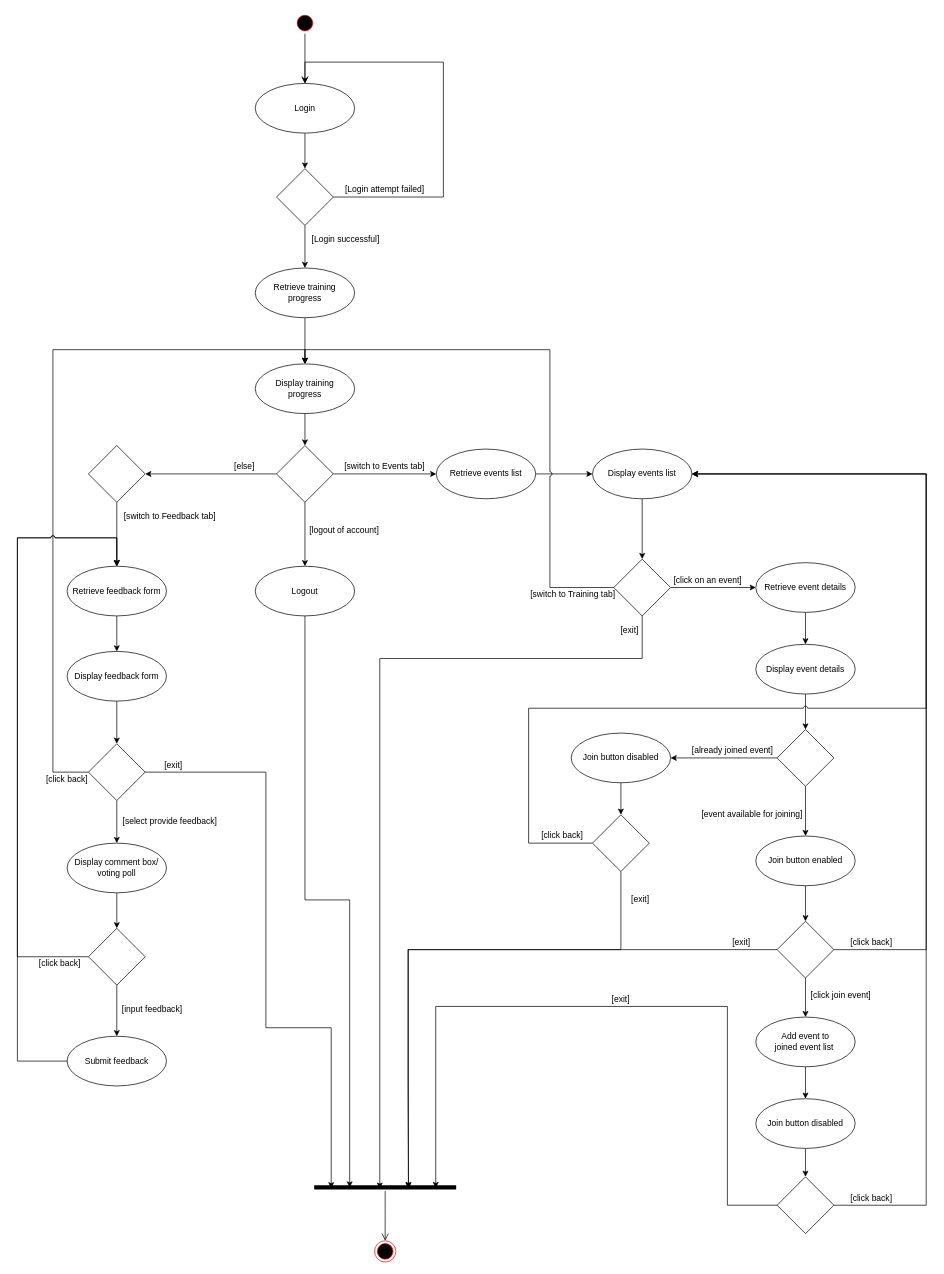
Earlier version of the draw.io diagram page "Activity Diagram - Committee Lead Module" (7 of 8) of DellEvent.drawio (frostyseb/ITDP). Source tidied: cells renumbered, new cells numbered last; positions are measured from the earlier drawing's top-left corner, leaving out a move shared by most shapes. Both pictures are drawn from the tidied source at 71%, with x=0, y=0 at pixel (17, 12).
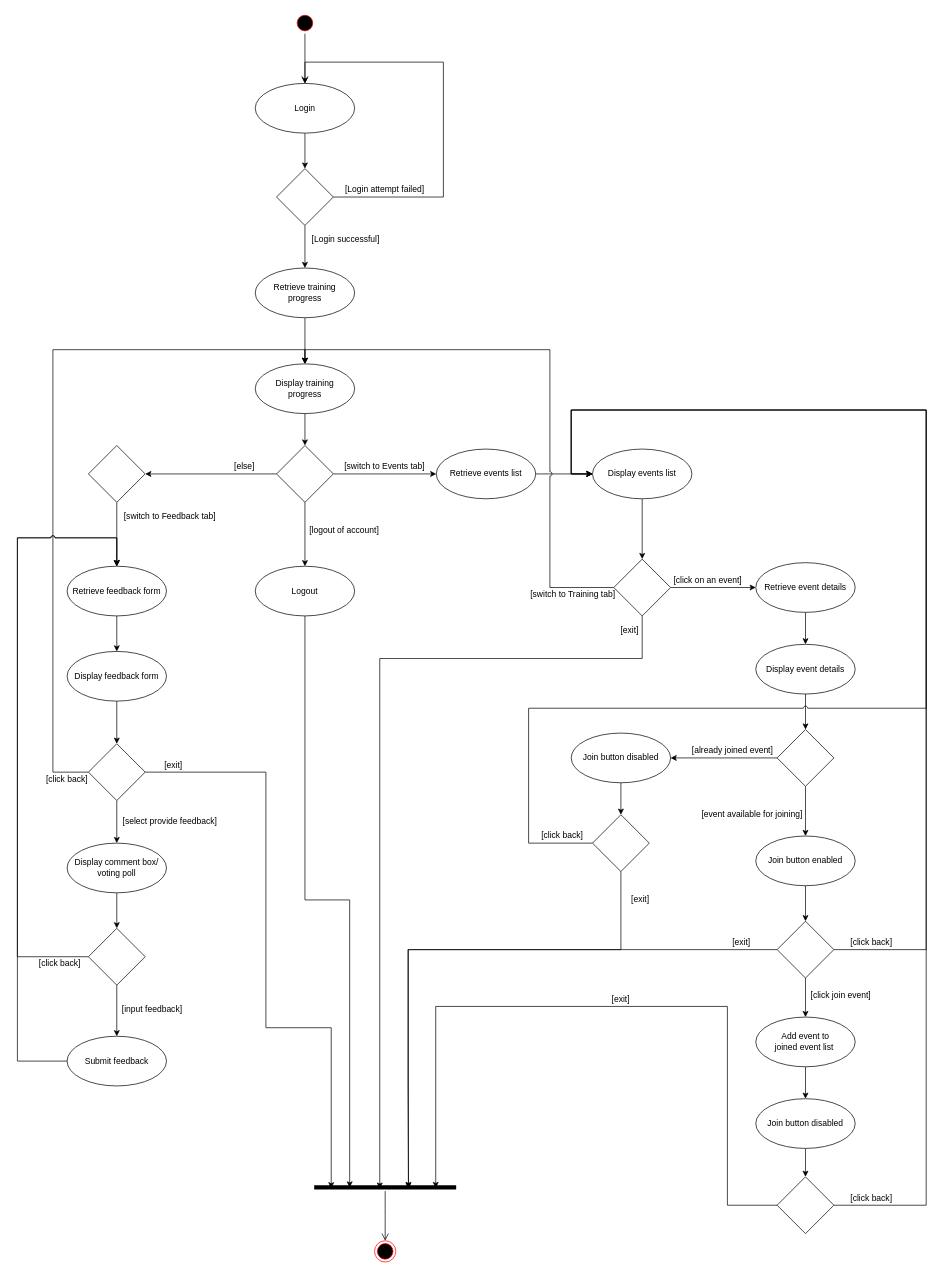
Above is the later version.

Unchanged cells that the change refers to:
```xml
<mxCell id="7" value="Display events list" style="ellipse;whiteSpace=wrap;html=1;" parent="1" vertex="1">
  <mxGeometry x="810" y="615" width="140" height="70" as="geometry" />
</mxCell>
<mxCell id="52" style="rhombus;whiteSpace=wrap;html=1;strokeColor=#000000;" parent="1" vertex="1">
  <mxGeometry x="1070" y="1280" width="80" height="80" as="geometry" />
</mxCell>
<mxCell id="60" style="rhombus;whiteSpace=wrap;html=1;strokeColor=#000000;" parent="1" vertex="1">
  <mxGeometry x="1070" y="1640" width="80" height="80" as="geometry" />
</mxCell>
<mxCell id="68" style="rhombus;whiteSpace=wrap;html=1;strokeColor=#000000;" parent="1" vertex="1">
  <mxGeometry x="810" y="1130" width="80" height="80" as="geometry" />
</mxCell>
```

What changed in the source:
```diff
@@
-    <mxCell id="50" style="edgeStyle=orthogonalEdgeStyle;rounded=0;jettySize=auto;html=1;exitX=1;exitY=0.5;exitDx=0;exitDy=0;entryX=1;entryY=0.5;entryDx=0;entryDy=0;" parent="1" edge="1" source="52" target="7">
+    <mxCell id="50" style="edgeStyle=orthogonalEdgeStyle;rounded=0;jettySize=auto;html=1;exitX=1;exitY=0.5;exitDx=0;exitDy=0;entryX=0;entryY=0.5;entryDx=0;entryDy=0;" parent="1" edge="1" source="52" target="7">
       <mxGeometry relative="1" as="geometry">
         <Array as="points">
           <mxPoint x="1280" y="1320" />
-          <mxPoint x="1280" y="650" />
+          <mxPoint x="1280" y="560" />
+          <mxPoint x="780" y="560" />
+          <mxPoint x="780" y="650" />
         </Array>
       </mxGeometry>
     </mxCell>
@@
-    <mxCell id="58" style="edgeStyle=orthogonalEdgeStyle;rounded=0;jettySize=auto;html=1;exitX=1;exitY=0.5;exitDx=0;exitDy=0;entryX=1;entryY=0.5;entryDx=0;entryDy=0;" parent="1" edge="1" source="60" target="7">
+    <mxCell id="58" style="edgeStyle=orthogonalEdgeStyle;rounded=0;jettySize=auto;html=1;exitX=1;exitY=0.5;exitDx=0;exitDy=0;entryX=0;entryY=0.5;entryDx=0;entryDy=0;" parent="1" edge="1" source="60" target="7">
       <mxGeometry relative="1" as="geometry">
         <Array as="points">
           <mxPoint x="1280" y="1680" />
-          <mxPoint x="1280" y="650" />
+          <mxPoint x="1280" y="560" />
+          <mxPoint x="780" y="560" />
+          <mxPoint x="780" y="650" />
         </Array>
       </mxGeometry>
     </mxCell>
@@
-    <mxCell id="67" style="edgeStyle=orthogonalEdgeStyle;rounded=0;jettySize=auto;html=1;exitX=0;exitY=0.5;exitDx=0;exitDy=0;entryX=1;entryY=0.5;entryDx=0;entryDy=0;jumpStyle=arc;" parent="1" edge="1" source="68" target="7">
+    <mxCell id="67" style="edgeStyle=orthogonalEdgeStyle;rounded=0;jettySize=auto;html=1;exitX=0;exitY=0.5;exitDx=0;exitDy=0;entryX=0;entryY=0.5;entryDx=0;entryDy=0;jumpStyle=arc;" parent="1" edge="1" source="68" target="7">
       <mxGeometry relative="1" as="geometry">
         <Array as="points">
           <mxPoint x="720" y="1170" />
           <mxPoint x="720" y="980" />
           <mxPoint x="1280" y="980" />
-          <mxPoint x="1280" y="650" />
+          <mxPoint x="1280" y="560" />
+          <mxPoint x="780" y="560" />
+          <mxPoint x="780" y="650" />
         </Array>
       </mxGeometry>
     </mxCell>
```
